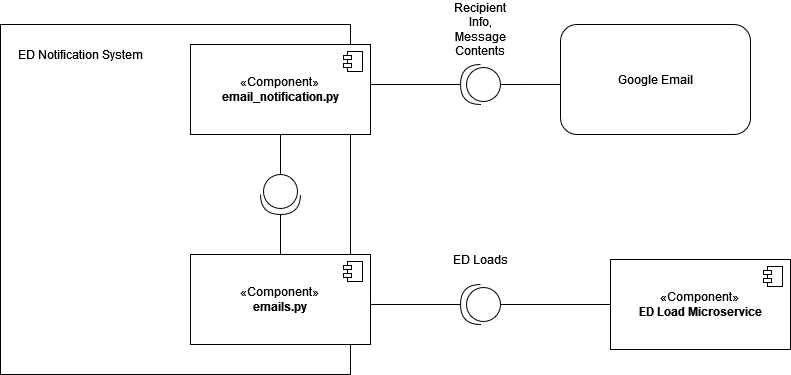
uvic-teach/project-m1-team9 keeps this draw.io diagram as Assets/C&C_Diagram.png. Above is the earlier version. Source tidied: cells renumbered, new cells last; positions are measured from the earlier drawing's top-left corner, leaving out a move shared by most shapes.
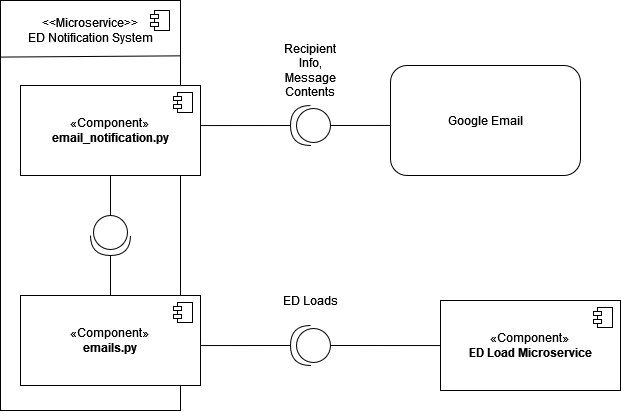
After the commit.

Diff of the diagram source:
```diff
@@ -2,11 +2,11 @@
   <root>
     <mxCell id="0" />
     <mxCell id="1" parent="0" />
-    <mxCell id="2" style="whiteSpace=wrap;html=1;" parent="1" vertex="1">
-      <mxGeometry y="10" width="350" height="350" as="geometry" />
-    </mxCell>
+    <mxCell id="22" style="rounded=0;whiteSpace=wrap;html=1;" parent="1" vertex="1">
+      <mxGeometry x="170" y="-55" width="180" height="410" as="geometry" />
+    </mxCell>
-    <mxCell id="3" value="ED Notification System" style="text;html=1;strokeColor=none;fillColor=none;align=center;verticalAlign=middle;whiteSpace=wrap;rounded=0;" parent="1" vertex="1">
-      <mxGeometry x="10" y="20" width="140" height="40" as="geometry" />
+    <mxCell id="3" value="&amp;lt;&amp;lt;Microservice&amp;gt;&amp;gt;&lt;br&gt;&lt;div&gt;ED Notification System&lt;/div&gt;" style="text;html=1;strokeColor=none;fillColor=none;align=center;verticalAlign=middle;whiteSpace=wrap;rounded=0;" parent="1" vertex="1">
+      <mxGeometry x="190" y="-45" width="140" height="40" as="geometry" />
     </mxCell>
     <mxCell id="4" value="«Component»&lt;br&gt;&lt;b&gt;email_notification.py&lt;/b&gt;" style="html=1;whiteSpace=wrap;" parent="1" vertex="1">
       <mxGeometry x="190" y="30" width="180" height="90" as="geometry" />
@@ -82,5 +82,11 @@
     <mxCell id="21" style="edgeStyle=orthogonalEdgeStyle;rounded=0;jettySize=auto;html=1;entryX=1;entryY=0.5;entryDx=0;entryDy=0;entryPerimeter=0;endArrow=none;endFill=0;" parent="1" edge="1" source="12" target="19">
       <mxGeometry relative="1" as="geometry" />
     </mxCell>
+    <mxCell id="23" style="endArrow=none;html=1;rounded=0;exitX=0.001;exitY=0.138;exitDx=0;exitDy=0;exitPerimeter=0;entryX=1.003;entryY=0.135;entryDx=0;entryDy=0;entryPerimeter=0;" parent="1" edge="1" source="22" target="22">
+      <mxGeometry relative="1" as="geometry" />
+    </mxCell>
+    <mxCell id="24" style="shape=module;jettyWidth=8;jettyHeight=4;" parent="1" vertex="1">
+      <mxGeometry x="320" y="-45" width="19" height="20" as="geometry" />
+    </mxCell>
   </root>
 </mxGraphModel>
```
